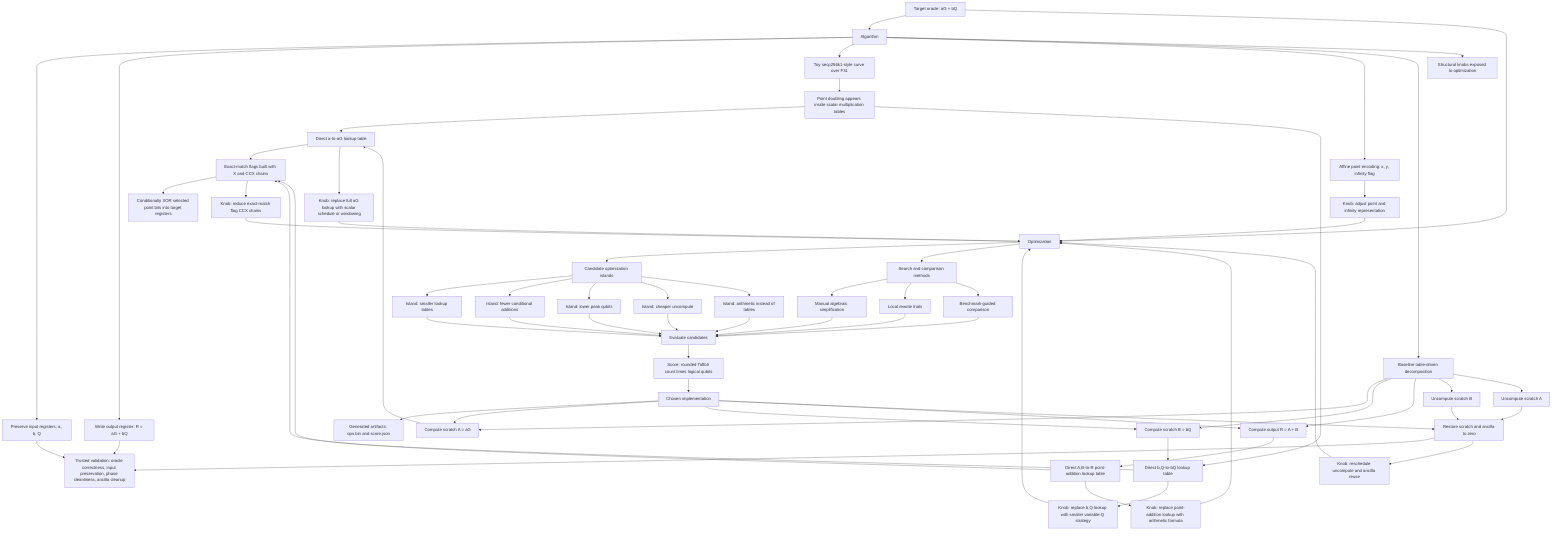
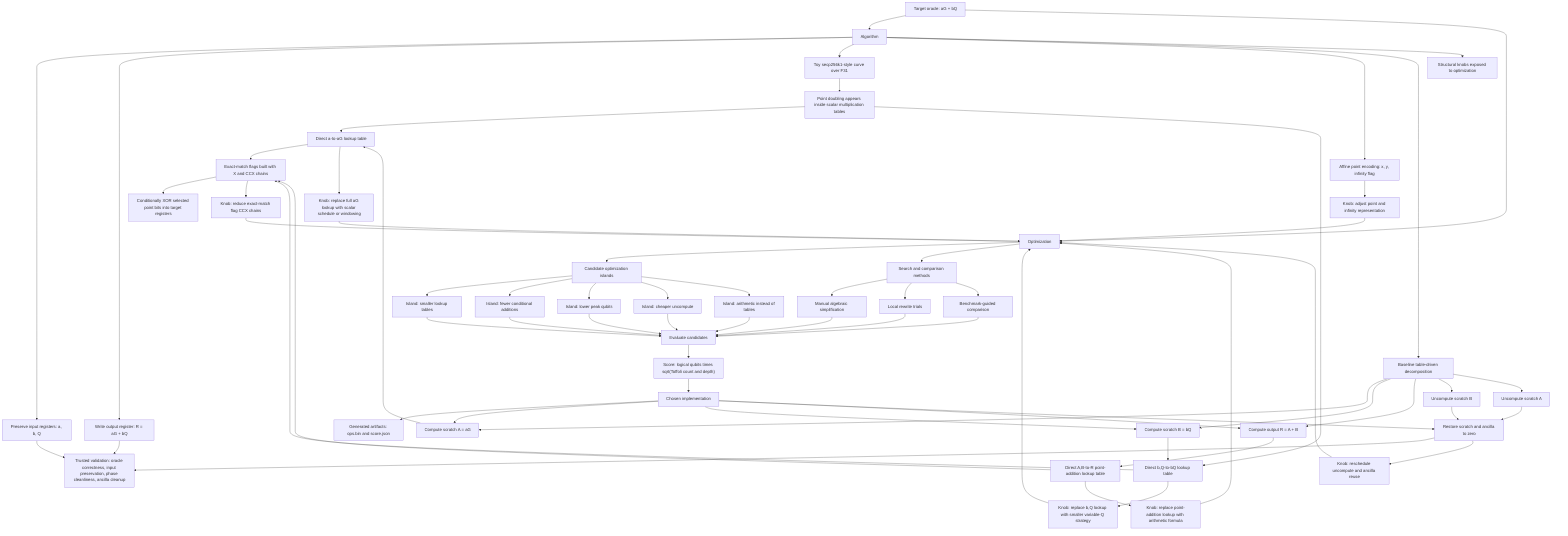
flowchart TD
  Target["Target oracle: aG + bQ"]
  Algorithm["Algorithm"]
  Optimization["Optimization"]

  Target --> Algorithm
  Target --> Optimization

  Algorithm --> ABI["Preserve input registers: a, b, Q"]
  Algorithm --> Output["Write output register: R = aG + bQ"]
  Algorithm --> Curve["Toy secp256k1-style curve over F31"]
  Algorithm --> Encoding["Affine point encoding: x, y, infinity flag"]

  Algorithm --> Baseline["Baseline table-driven decomposition"]
  Baseline --> AG["Compute scratch A = aG"]
  Baseline --> BQ["Compute scratch B = bQ"]
  Baseline --> Add["Compute output R = A + B"]
  Baseline --> UncomputeB["Uncompute scratch B"]
  Baseline --> UncomputeA["Uncompute scratch A"]

  AG --> AGTable["Direct a-to-aG lookup table"]
  BQ --> BQTable["Direct b,Q-to-bQ lookup table"]
  Add --> AddTable["Direct A,B-to-R point-addition lookup table"]
  UncomputeB --> Cleanup["Restore scratch and ancilla to zero"]
  UncomputeA --> Cleanup

  AGTable --> MatchFlags["Exact-match flags built with X and CCX chains"]
  BQTable --> MatchFlags
  AddTable --> MatchFlags
  MatchFlags --> PointXor["Conditionally XOR selected point bits into target registers"]

  Curve --> PointDoubling["Point doubling appears inside scalar multiplication tables"]
  PointDoubling --> AGTable
  PointDoubling --> BQTable

  ABI --> Validation["Trusted validation: oracle correctness, input preservation, phase cleanliness, ancilla cleanup"]
  Cleanup --> Validation
  Output --> Validation

  Algorithm --> Knobs["Structural knobs exposed to optimization"]
  AGTable --> K1["Knob: replace full aG lookup with scalar schedule or windowing"]
  BQTable --> K2["Knob: replace b,Q lookup with smaller variable-Q strategy"]
  AddTable --> K3["Knob: replace point-addition lookup with arithmetic formula"]
  MatchFlags --> K4["Knob: reduce exact-match flag CCX chains"]
  Cleanup --> K5["Knob: reschedule uncompute and ancilla reuse"]
  Encoding --> K6["Knob: adjust point and infinity representation"]

  K1 --> Optimization
  K2 --> Optimization
  K3 --> Optimization
  K4 --> Optimization
  K5 --> Optimization
  K6 --> Optimization

  Optimization --> Islands["Candidate optimization islands"]
  Islands --> I1["Island: smaller lookup tables"]
  Islands --> I2["Island: fewer conditional additions"]
  Islands --> I3["Island: lower peak qubits"]
  Islands --> I4["Island: cheaper uncompute"]
  Islands --> I5["Island: arithmetic instead of tables"]

  Optimization --> Methods["Search and comparison methods"]
  Methods --> M1["Manual algebraic simplification"]
  Methods --> M2["Local rewrite trials"]
  Methods --> M3["Benchmark-guided comparison"]

  I1 --> Eval["Evaluate candidates"]
  I2 --> Eval
  I3 --> Eval
  I4 --> Eval
  I5 --> Eval
  M1 --> Eval
  M2 --> Eval
  M3 --> Eval

-   Eval --> Score["Score: rounded Toffoli count times logical qubits"]
+   Eval --> Score["Score: logical qubits times sqrt(Toffoli count and depth)"]
  Score --> Choice["Chosen implementation"]
  Choice --> Artifact["Generated artifacts: ops.bin and score.json"]
  Choice --> AG
  Choice --> BQ
  Choice --> Add
  Choice --> Cleanup
